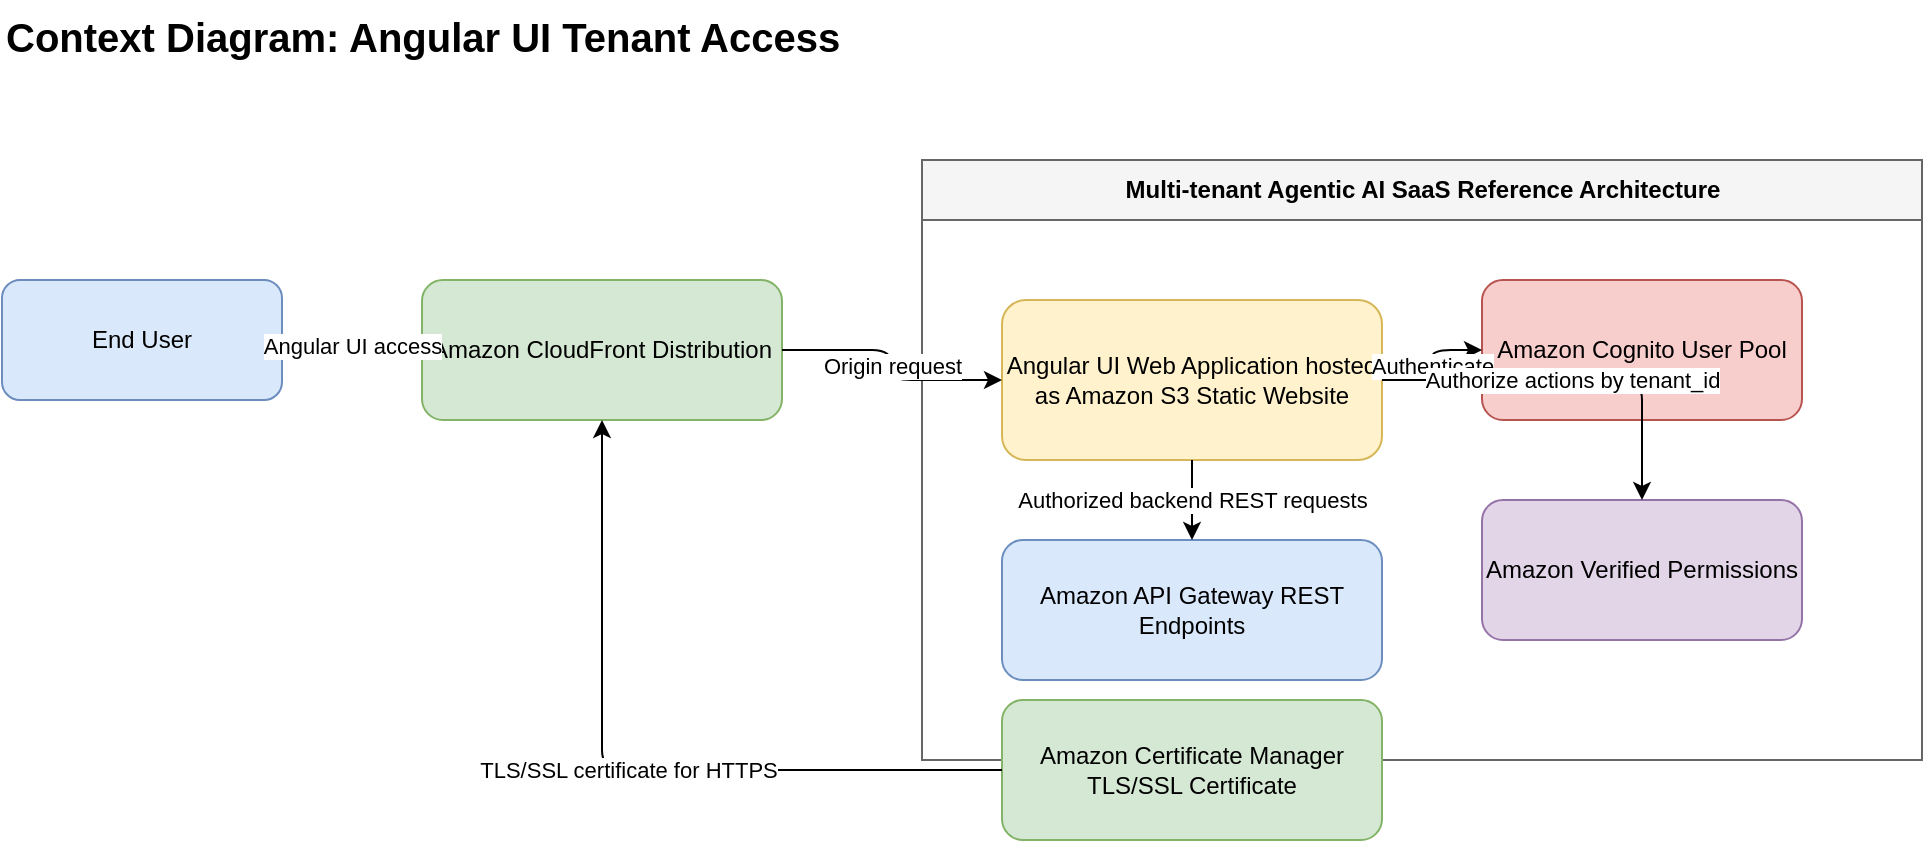
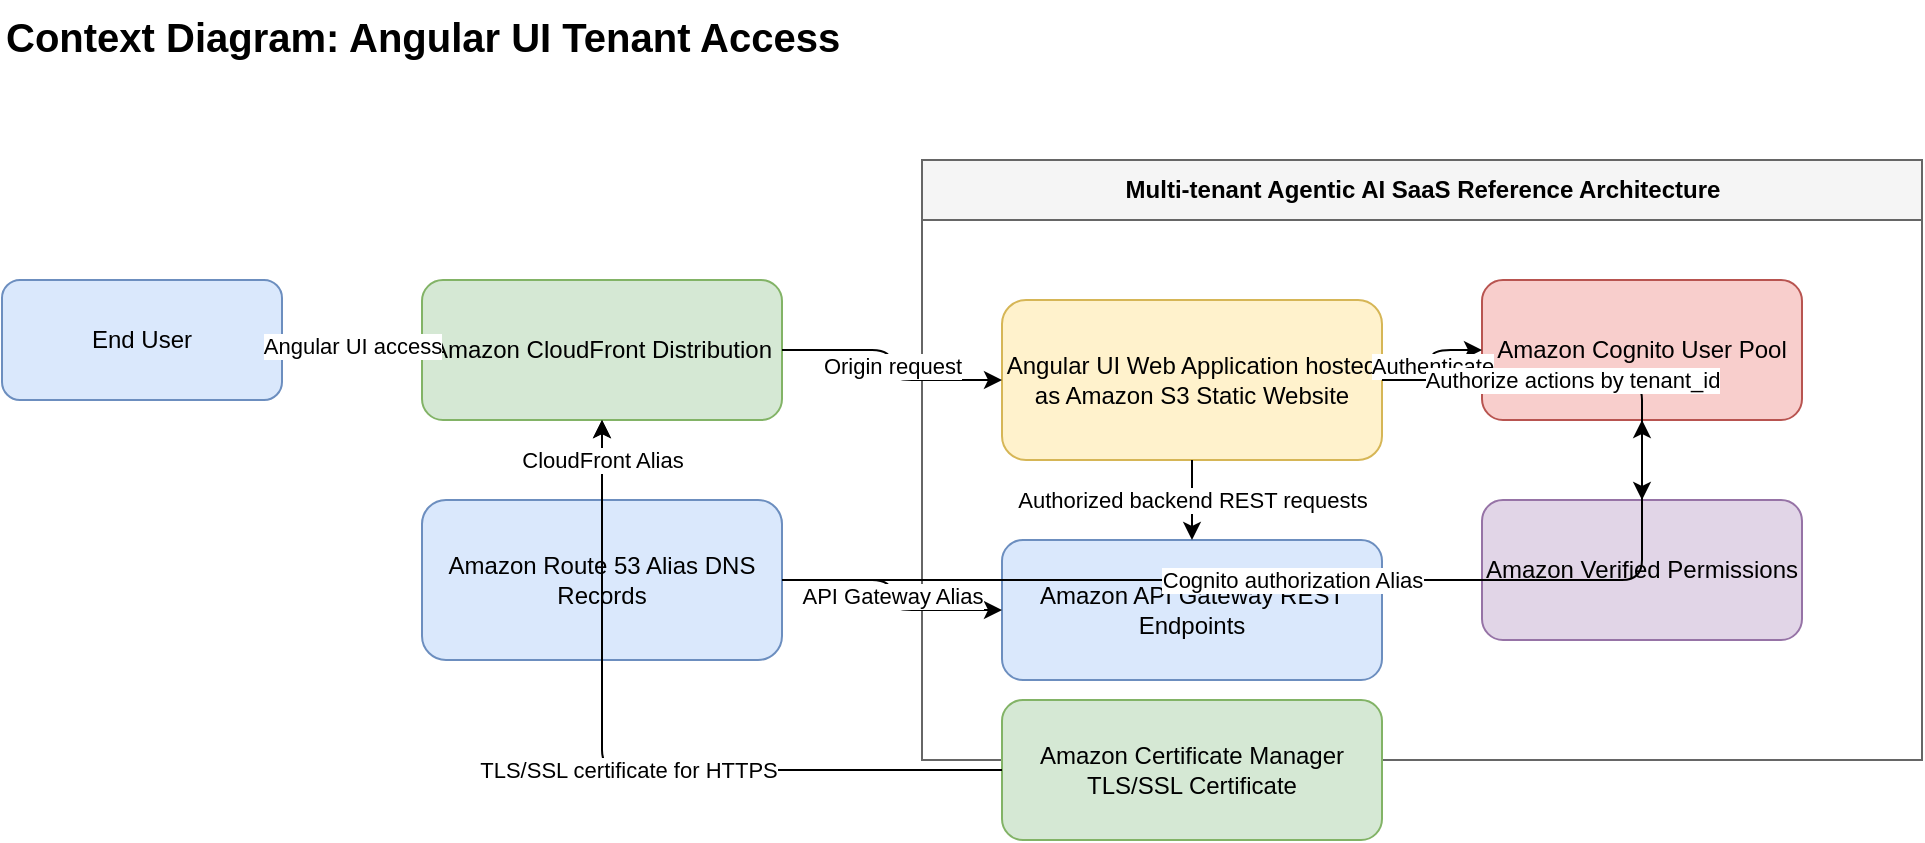
<mxGraphModel dx="1200" dy="800" grid="1" gridSize="10" guides="1" tooltips="1" connect="1" arrows="1" fold="1" page="1" pageScale="1" pageWidth="1100" pageHeight="850" math="0" shadow="0" adaptiveColors="auto">
  <root>
    <mxCell id="0"/>
    <mxCell id="1" parent="0"/>
    <mxCell id="title" value="Context Diagram: Angular UI Tenant Access" style="text;html=1;fontSize=20;fontStyle=1;strokeColor=none;fillColor=none;" vertex="1" parent="1">
      <mxGeometry x="40" y="20" width="500" height="40" as="geometry"/>
    </mxCell>
    <mxCell id="user" value="End User" style="rounded=1;whiteSpace=wrap;html=1;fillColor=#dae8fc;strokeColor=#6c8ebf;" vertex="1" parent="1">
      <mxGeometry x="40" y="160" width="140" height="60" as="geometry"/>
    </mxCell>
    <mxCell id="cloudfront" value="Amazon CloudFront Distribution" style="rounded=1;whiteSpace=wrap;html=1;fillColor=#d5e8d4;strokeColor=#82b366;" vertex="1" parent="1">
      <mxGeometry x="250" y="160" width="180" height="70" as="geometry"/>
+     </mxCell>
+     <mxCell id="route53" value="Amazon Route 53 Alias DNS Records" style="rounded=1;whiteSpace=wrap;html=1;fillColor=#dae8fc;strokeColor=#6c8ebf;" vertex="1" parent="1">
+       <mxGeometry x="250" y="270" width="180" height="80" as="geometry"/>
    </mxCell>
    <mxCell id="system" value="Multi-tenant Agentic AI SaaS Reference Architecture" style="swimlane;startSize=30;fillColor=#f5f5f5;strokeColor=#666666;html=1;" vertex="1" parent="1">
      <mxGeometry x="500" y="100" width="500" height="300" as="geometry"/>
    </mxCell>
    <mxCell id="ui" value="Angular UI Web Application hosted as Amazon S3 Static Website" style="rounded=1;whiteSpace=wrap;html=1;fillColor=#fff2cc;strokeColor=#d6b656;" vertex="1" parent="system">
      <mxGeometry x="40" y="70" width="190" height="80" as="geometry"/>
    </mxCell>
    <mxCell id="cognito" value="Amazon Cognito User Pool" style="rounded=1;whiteSpace=wrap;html=1;fillColor=#f8cecc;strokeColor=#b85450;" vertex="1" parent="system">
      <mxGeometry x="280" y="60" width="160" height="70" as="geometry"/>
    </mxCell>
    <mxCell id="avp" value="Amazon Verified Permissions" style="rounded=1;whiteSpace=wrap;html=1;fillColor=#e1d5e7;strokeColor=#9673a6;" vertex="1" parent="system">
      <mxGeometry x="280" y="170" width="160" height="70" as="geometry"/>
    </mxCell>
    <mxCell id="apigw" value="Amazon API Gateway REST Endpoints" style="rounded=1;whiteSpace=wrap;html=1;fillColor=#dae8fc;strokeColor=#6c8ebf;" vertex="1" parent="system">
      <mxGeometry x="40" y="190" width="190" height="70" as="geometry"/>
    </mxCell>
    <mxCell id="acm" value="Amazon Certificate Manager TLS/SSL Certificate" style="rounded=1;whiteSpace=wrap;html=1;fillColor=#d5e8d4;strokeColor=#82b366;" vertex="1" parent="system">
      <mxGeometry x="40" y="270" width="190" height="70" as="geometry"/>
    </mxCell>
    <mxCell id="e1" value="Angular UI access" style="edgeStyle=orthogonalEdgeStyle;rounded=1;html=1;endArrow=classic;" edge="1" parent="1" source="user" target="cloudfront">
      <mxGeometry relative="1" as="geometry"/>
    </mxCell>
    <mxCell id="e2" value="Origin request" style="edgeStyle=orthogonalEdgeStyle;rounded=1;html=1;endArrow=classic;" edge="1" parent="1" source="cloudfront" target="ui">
      <mxGeometry relative="1" as="geometry"/>
    </mxCell>
    <mxCell id="e3" value="Authenticate" style="edgeStyle=orthogonalEdgeStyle;rounded=1;html=1;endArrow=classic;" edge="1" parent="1" source="ui" target="cognito">
      <mxGeometry relative="1" as="geometry"/>
    </mxCell>
    <mxCell id="e4" value="Authorize actions by tenant_id" style="edgeStyle=orthogonalEdgeStyle;rounded=1;html=1;endArrow=classic;" edge="1" parent="1" source="ui" target="avp">
      <mxGeometry relative="1" as="geometry"/>
    </mxCell>
    <mxCell id="e5" value="Authorized backend REST requests" style="edgeStyle=orthogonalEdgeStyle;rounded=1;html=1;endArrow=classic;" edge="1" parent="1" source="ui" target="apigw">
      <mxGeometry relative="1" as="geometry"/>
    </mxCell>
    <mxCell id="e6" value="TLS/SSL certificate for HTTPS" style="edgeStyle=orthogonalEdgeStyle;rounded=1;html=1;endArrow=classic;" edge="1" parent="1" source="acm" target="cloudfront">
      <mxGeometry relative="1" as="geometry"/>
    </mxCell>
+     <mxCell id="e7" value="CloudFront Alias" style="edgeStyle=orthogonalEdgeStyle;rounded=1;html=1;endArrow=classic;" edge="1" parent="1" source="route53" target="cloudfront">
+       <mxGeometry relative="1" as="geometry"/>
+     </mxCell>
+     <mxCell id="e8" value="Cognito authorization Alias" style="edgeStyle=orthogonalEdgeStyle;rounded=1;html=1;endArrow=classic;" edge="1" parent="1" source="route53" target="cognito">
+       <mxGeometry relative="1" as="geometry"/>
+     </mxCell>
+     <mxCell id="e9" value="API Gateway Alias" style="edgeStyle=orthogonalEdgeStyle;rounded=1;html=1;endArrow=classic;" edge="1" parent="1" source="route53" target="apigw">
+       <mxGeometry relative="1" as="geometry"/>
+     </mxCell>
  </root>
</mxGraphModel>
